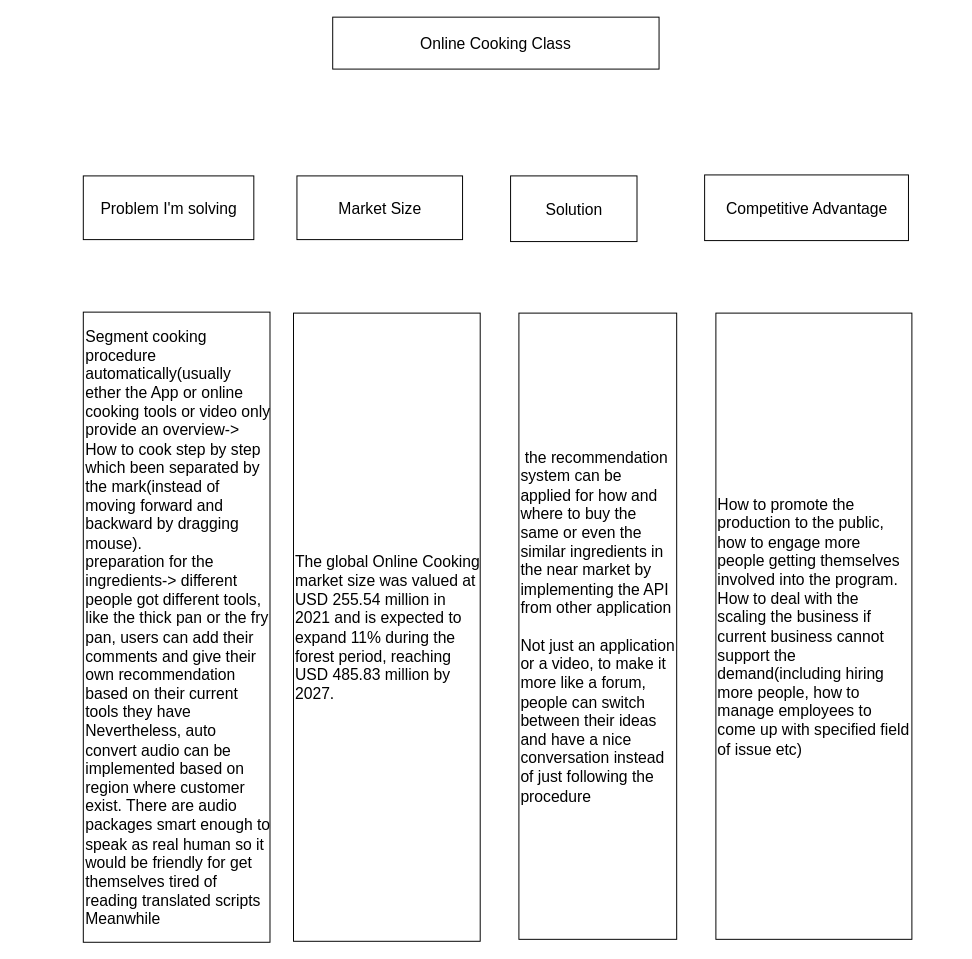
superkjp/docs keeps this draw.io diagram as page "第 3 页" (3 of 4) of sap.drawio. Above is the earlier version. Source tidied: cells renumbered, new cells numbered last; positions are measured from the earlier drawing's top-left corner, leaving out a move shared by most shapes. Both pictures are drawn from the tidied source at 98%, with x=0, y=0 at pixel (82, 17).
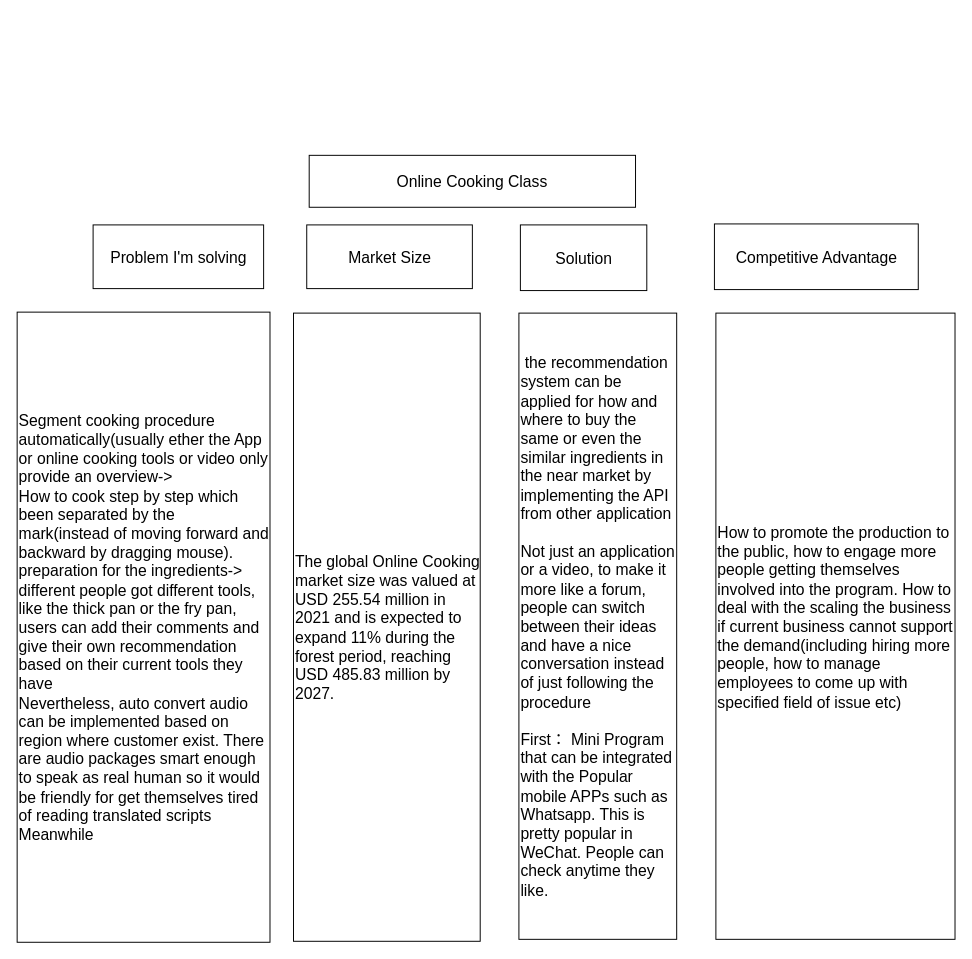
After the change.

Diff of the diagram source:
```diff
@@
 <mxGraphModel>
   <root>
     <mxCell id="0" />
     <mxCell id="1" parent="0" />
     <mxCell id="2" value="Online Cooking Class" style="whiteSpace=wrap;html=1;fontSize=16;fillColor=default;" parent="1" vertex="1">
-      <mxGeometry x="255" width="333" height="53" as="geometry" />
+      <mxGeometry x="231" y="141" width="333" height="53" as="geometry" />
     </mxCell>
     <mxCell id="3" value="Problem I'm solving" style="whiteSpace=wrap;html=1;fontSize=16;fillColor=default;" parent="1" vertex="1">
-      <mxGeometry x="0.5" y="162" width="174" height="65" as="geometry" />
+      <mxGeometry x="10.5" y="212" width="174" height="65" as="geometry" />
     </mxCell>
     <mxCell id="4" value="Market Size" style="whiteSpace=wrap;html=1;fontSize=16;fillColor=default;" parent="1" vertex="1">
-      <mxGeometry x="218.5" y="162" width="169" height="65" as="geometry" />
+      <mxGeometry x="228.5" y="212" width="169" height="65" as="geometry" />
     </mxCell>
     <mxCell id="5" value="Solution" style="whiteSpace=wrap;html=1;fontSize=16;fillColor=default;" parent="1" vertex="1">
-      <mxGeometry x="436.5" y="162" width="129" height="67" as="geometry" />
+      <mxGeometry x="446.5" y="212" width="129" height="67" as="geometry" />
     </mxCell>
     <mxCell id="6" value="Competitive Advantage" style="whiteSpace=wrap;html=1;fontSize=16;fillColor=default;" parent="1" vertex="1">
-      <mxGeometry x="634.5" y="161" width="208" height="67" as="geometry" />
+      <mxGeometry x="644.5" y="211" width="208" height="67" as="geometry" />
     </mxCell>
     <mxCell id="7" value="Segment cooking procedure automatically(usually ether the App or online cooking tools or video only provide an overview-&amp;gt;&lt;br&gt;How to cook step by step which been separated by the mark(instead of moving forward and backward by dragging mouse).&lt;br&gt;preparation for the ingredients-&amp;gt; different people got different tools, like the thick pan or the fry pan, users can add their comments and give their own recommendation based on their current tools they have&lt;br&gt;Nevertheless, auto convert audio can be implemented based on region where customer exist. There are audio packages smart enough to speak as real human so it would be friendly for get themselves tired of reading translated scripts&lt;br&gt;Meanwhile" style="whiteSpace=wrap;html=1;fontSize=16;fillColor=default;align=left;" parent="1" vertex="1">
-      <mxGeometry x="0.5" y="301" width="190.5" height="643" as="geometry" />
+      <mxGeometry x="-67" y="301" width="258" height="643" as="geometry" />
     </mxCell>
     <mxCell id="8" value="The global Online Cooking market size was valued at USD 255.54 million in 2021 and is expected to expand 11% during the forest period, reaching USD 485.83 million by 2027." style="whiteSpace=wrap;html=1;fontSize=16;fillColor=default;align=left;" parent="1" vertex="1">
       <mxGeometry x="215" y="302" width="190.5" height="641" as="geometry" />
     </mxCell>
-    <mxCell id="9" value="&lt;span style=&quot;&quot;&gt;&amp;nbsp;the recommendation system can be applied for how and where to buy the same or even the similar ingredients in the near market by implementing the API from other application&lt;br&gt;&lt;br&gt;Not just an application or a video, to make it more like a forum, people can switch between their ideas and have a nice conversation instead of just following the procedure&amp;nbsp;&lt;br&gt;&lt;/span&gt;" style="whiteSpace=wrap;html=1;fontSize=16;fillColor=default;align=left;" parent="1" vertex="1">
+    <mxCell id="9" value="&lt;span style=&quot;&quot;&gt;&amp;nbsp;the recommendation system can be applied for how and where to buy the same or even the similar ingredients in the near market by implementing the API from other application&lt;br&gt;&lt;br&gt;Not just an application or a video, to make it more like a forum, people can switch between their ideas and have a nice conversation instead of just following the procedure&amp;nbsp;&lt;br&gt;&lt;br&gt;&lt;/span&gt;First： Mini Program that can be integrated with the Popular mobile APPs such as Whatsapp. This is pretty popular in WeChat. People can check anytime they like.&lt;span style=&quot;&quot;&gt;&lt;br&gt;&lt;/span&gt;" style="whiteSpace=wrap;html=1;fontSize=16;fillColor=default;align=left;" parent="1" vertex="1">
       <mxGeometry x="445" y="302" width="161" height="639" as="geometry" />
     </mxCell>
-    <mxCell id="10" value="How to promote the production to the public, how to engage more people getting themselves involved into the program. How to deal with the scaling the business if current business cannot support the demand(including hiring more people, how to manage employees to come up with specified field of issue etc)" style="whiteSpace=wrap;html=1;fontSize=16;fillColor=default;align=left;" parent="1" vertex="1">
-      <mxGeometry x="646" y="302" width="200" height="639" as="geometry" />
+    <mxCell id="10" value="How to promote the production to the public, how to engage more people getting themselves involved into the program. How to deal with the scaling the business if current business cannot support the demand(including hiring more people, how to manage employees to come up with specified field of issue etc)&lt;br&gt;&lt;br&gt;" style="whiteSpace=wrap;html=1;fontSize=16;fillColor=default;align=left;" parent="1" vertex="1">
+      <mxGeometry x="646" y="302" width="244" height="639" as="geometry" />
     </mxCell>
   </root>
 </mxGraphModel>
```
